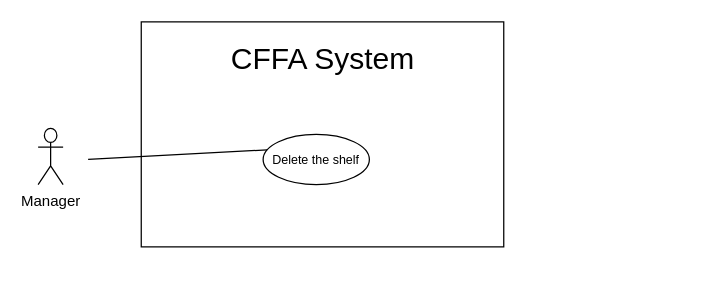
Above: page "DeleteShelf" (5 of 26) of Users/HuuDN/UsecaseDiagram/Manager/Overview.drawio in luannmdev/CapstoneDocument (draw.io), before the change. Source tidied: cells renumbered, new cells numbered last; positions are measured from the earlier drawing's top-left corner, leaving out a move shared by most shapes. Both pictures are drawn from the tidied source at 125%, with x=0, y=0 at pixel (38, 21).
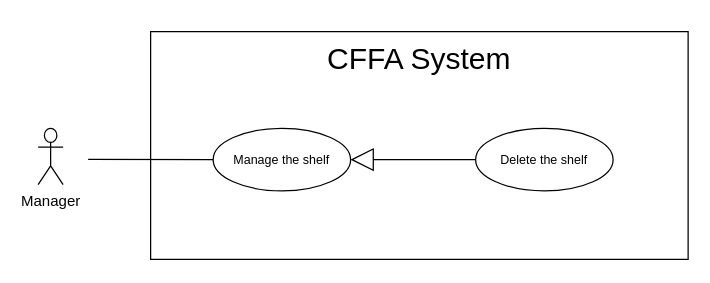
After the change.

Change to the diagram source:
```diff
@@
 <mxGraphModel>
   <root>
-    <mxCell id="0" />
-    <mxCell id="1" parent="0" />
-    <mxCell id="2" style="rounded=0;whiteSpace=wrap;html=1;" parent="1" vertex="1">
-      <mxGeometry x="82.5" width="290" height="180" as="geometry" />
-    </mxCell>
+    <mxCell id="7" />
+    <mxCell id="8" parent="7" />
+    <mxCell id="9" style="rounded=0;whiteSpace=wrap;html=1;" parent="8" vertex="1">
+      <mxGeometry x="90" y="7.8" width="430" height="182.2" as="geometry" />
+    </mxCell>
-    <mxCell id="3" value="&lt;span style=&quot;font-size: 24px&quot;&gt;CFFA System&lt;/span&gt;" style="text;html=1;strokeColor=none;fillColor=none;align=center;verticalAlign=middle;whiteSpace=wrap;rounded=0;" parent="1" vertex="1">
-      <mxGeometry x="62.5" y="20" width="330" height="20" as="geometry" />
+    <mxCell id="3" value="&lt;span style=&quot;font-size: 24px&quot;&gt;CFFA System&lt;/span&gt;" style="text;html=1;strokeColor=none;fillColor=none;align=center;verticalAlign=middle;whiteSpace=wrap;rounded=0;" parent="8" vertex="1">
+      <mxGeometry x="140" y="20" width="330" height="20" as="geometry" />
     </mxCell>
-    <mxCell id="4" value="Manager" style="shape=umlActor;verticalLabelPosition=bottom;verticalAlign=top;html=1;" parent="1" vertex="1">
+    <mxCell id="4" value="Manager" style="shape=umlActor;verticalLabelPosition=bottom;verticalAlign=top;html=1;" parent="8" vertex="1">
       <mxGeometry y="85.2" width="20" height="45" as="geometry" />
     </mxCell>
+    <mxCell id="10" value="&lt;font style=&quot;font-size: 10px&quot;&gt;Manage the shelf&lt;br&gt;&lt;/font&gt;" style="ellipse;whiteSpace=wrap;html=1;fillColor=#ffffff;gradientColor=none;" parent="8" vertex="1">
+      <mxGeometry x="140" y="85.2" width="110" height="50" as="geometry" />
+    </mxCell>
+    <mxCell id="11" style="endArrow=none;html=1;rounded=0;exitX=0;exitY=0.5;exitDx=0;exitDy=0;" parent="8" edge="1" source="10">
+      <mxGeometry relative="1" as="geometry">
+        <mxPoint x="40" y="110" as="targetPoint" />
+      </mxGeometry>
+    </mxCell>
+    <mxCell id="12" style="endArrow=block;endSize=16;endFill=0;html=1;exitX=0;exitY=0.5;exitDx=0;exitDy=0;" parent="8" edge="1" source="5" target="10">
+      <mxGeometry relative="1" as="geometry" />
+    </mxCell>
-    <mxCell id="5" value="&lt;font style=&quot;font-size: 10px&quot;&gt;Delete the shelf&lt;br&gt;&lt;/font&gt;" style="ellipse;whiteSpace=wrap;html=1;fillColor=#ffffff;gradientColor=none;" parent="1" vertex="1">
-      <mxGeometry x="180" y="90" width="85" height="40.2" as="geometry" />
+    <mxCell id="5" value="&lt;font style=&quot;font-size: 10px&quot;&gt;Delete the shelf&lt;br&gt;&lt;/font&gt;" style="ellipse;whiteSpace=wrap;html=1;fillColor=#ffffff;gradientColor=none;" parent="8" vertex="1">
+      <mxGeometry x="350" y="85.2" width="110" height="50" as="geometry" />
     </mxCell>
-    <mxCell id="6" style="endArrow=none;html=1;rounded=0;exitX=0.039;exitY=0.308;exitDx=0;exitDy=0;exitPerimeter=0;" parent="1" edge="1" source="5">
-      <mxGeometry relative="1" as="geometry">
-        <mxPoint x="40" y="110" as="targetPoint" />
-      </mxGeometry>
-    </mxCell>
   </root>
 </mxGraphModel>
```
